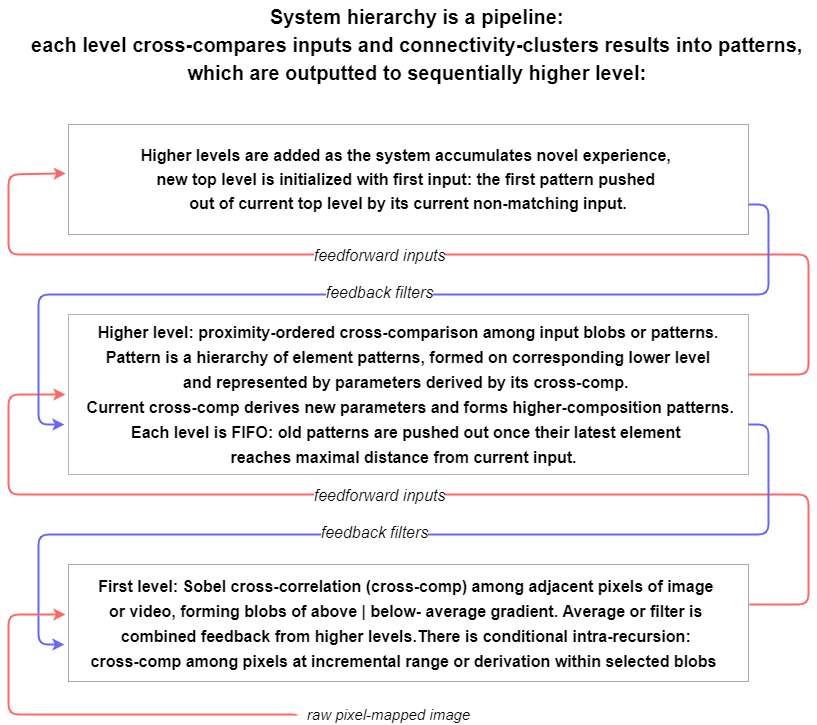
boris-kz/CogAlg keeps this draw.io diagram as frame_2D_alg/Illustrations/Whole-system hierarchy.png. Above is the earlier version. Source tidied: cells renumbered, new cells last; positions are measured from the earlier drawing's top-left corner, leaving out a move shared by most shapes.
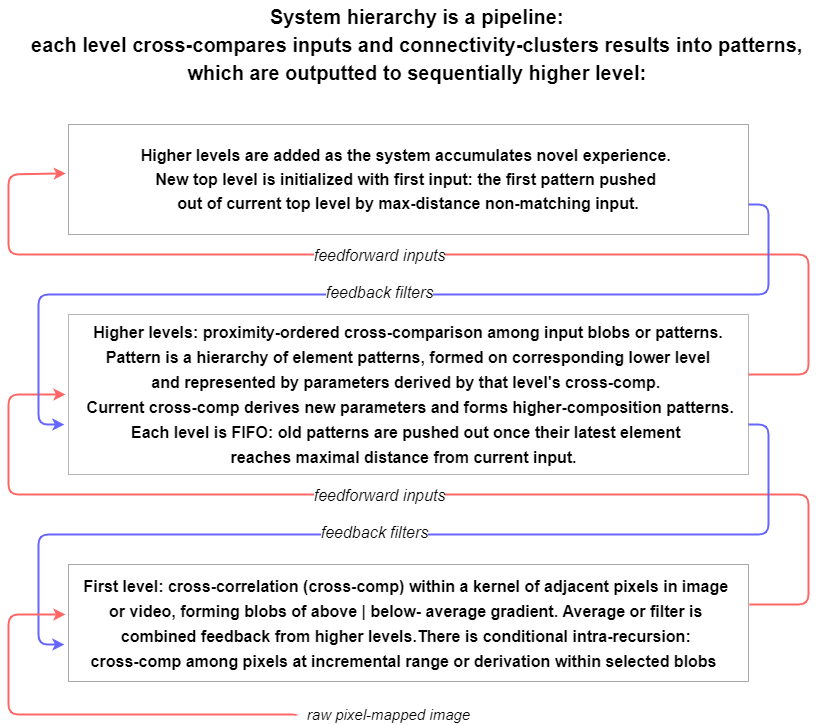
The same file after the commit.

Commit message:
- Khanh converted frame_blobs with assign_adjacent to classes - minor edits

The edit, as a diff of the source:
```diff
@@ -2,7 +2,7 @@
   <root>
     <mxCell id="0" />
     <mxCell id="1" parent="0" />
-    <mxCell id="2" value="&lt;font style=&quot;font-size: 16px ; line-height: 150%&quot;&gt;&lt;b style=&quot;line-height: 160%&quot;&gt;First level: Sobel cross-correlation (cross-comp) among adjacent pixels of image &lt;br&gt;or video, forming blobs of above | below- average gradient. Average or filter is &lt;br&gt;combined feedback from higher levels.There is conditional intra-recursion: &lt;br&gt;cross-comp among pixels at incremental range or derivation within selected blobs&amp;nbsp;&amp;nbsp;&lt;/b&gt;&lt;/font&gt;" style="rounded=0;whiteSpace=wrap;html=1;strokeColor=#A8A8A8;" parent="1" vertex="1">
+    <mxCell id="2" value="&lt;font style=&quot;font-size: 16px ; line-height: 150%&quot;&gt;&lt;b style=&quot;line-height: 160%&quot;&gt;First level: cross-correlation (cross-comp) within a kernel of adjacent pixels in image &lt;br&gt;or video, forming blobs of above | below- average gradient. Average or filter is &lt;br&gt;combined feedback from higher levels.There is conditional intra-recursion: &lt;br&gt;cross-comp among pixels at incremental range or derivation within selected blobs&amp;nbsp;&amp;nbsp;&lt;/b&gt;&lt;/font&gt;" style="rounded=0;whiteSpace=wrap;html=1;strokeColor=#A8A8A8;" parent="1" vertex="1">
       <mxGeometry x="60" y="564" width="680" height="117" as="geometry" />
     </mxCell>
     <mxCell id="3" style="edgeStyle=segmentEdgeStyle;endArrow=classic;html=1;strokeWidth=2;strokeColor=#FF6666;" parent="2" edge="1">
@@ -22,10 +22,10 @@
         <mxPoint x="-25" as="offset" />
       </mxGeometry>
     </mxCell>
-    <mxCell id="5" value="&lt;font style=&quot;font-size: 16px ; line-height: 160%&quot;&gt;&lt;b&gt;Higher level: proximity-ordered cross-comparison among input blobs or patterns.&lt;br&gt;Pattern is a hierarchy of element patterns, formed on corresponding lower level and&amp;nbsp;&lt;/b&gt;&lt;b&gt;represented by parameters derived by its cross-comp.&amp;nbsp;&lt;/b&gt;&lt;b&gt;&lt;br&gt;&amp;nbsp;Current cross-comp derive&lt;/b&gt;&lt;b&gt;s new parameters and forms higher-composition patterns.&lt;/b&gt;&lt;b&gt;&lt;br&gt;Each level is FIFO: old patterns are pushed out once their latest element &lt;br&gt;reaches maximal distance from current input.&amp;nbsp;&amp;nbsp;&lt;/b&gt;&lt;/font&gt;" style="rounded=0;whiteSpace=wrap;html=1;strokeColor=#B5B5B5;" parent="1" vertex="1">
+    <mxCell id="5" value="&lt;font style=&quot;font-size: 16px ; line-height: 160%&quot;&gt;&lt;b&gt;Higher levels: proximity-ordered cross-comparison among input blobs or patterns.&lt;br&gt;Pattern is a hierarchy of element patterns, formed on corresponding lower level and&amp;nbsp;&lt;/b&gt;&lt;b&gt;represented by parameters derived by that level's cross-comp.&amp;nbsp;&lt;/b&gt;&lt;b&gt;&lt;br&gt;&amp;nbsp;Current cross-comp derive&lt;/b&gt;&lt;b&gt;s new parameters and forms higher-composition patterns.&lt;/b&gt;&lt;b&gt;&lt;br&gt;Each level is FIFO: old patterns are pushed out once their latest element &lt;br&gt;reaches maximal distance from current input.&amp;nbsp;&amp;nbsp;&lt;/b&gt;&lt;/font&gt;" style="rounded=0;whiteSpace=wrap;html=1;strokeColor=#B5B5B5;" parent="1" vertex="1">
       <mxGeometry x="60" y="314" width="680" height="160" as="geometry" />
     </mxCell>
-    <mxCell id="6" value="&lt;span style=&quot;font-size: 16px&quot;&gt;&lt;b style=&quot;line-height: 150%&quot;&gt;Higher levels are added as the system accumulates novel experience,&amp;nbsp;&lt;br&gt;new top level is initialized with first input: the first pattern pushed &lt;br&gt;out of current top level by its&amp;nbsp;&lt;/b&gt;&lt;/span&gt;&lt;b style=&quot;font-size: 16px ; line-height: 24px&quot;&gt;current&amp;nbsp;&lt;/b&gt;&lt;span style=&quot;font-size: 16px&quot;&gt;&lt;b style=&quot;line-height: 150%&quot;&gt;non-matching input.&lt;/b&gt;&lt;/span&gt;" style="rounded=0;whiteSpace=wrap;html=1;strokeColor=#A8A8A8;" parent="1" vertex="1">
+    <mxCell id="6" value="&lt;span style=&quot;font-size: 16px&quot;&gt;&lt;b style=&quot;line-height: 150%&quot;&gt;Higher levels are added as the system accumulates novel experience.&amp;nbsp;&lt;br&gt;New top level is initialized with first input: the first pattern pushed &lt;br&gt;out of current top level by max-distance&lt;/b&gt;&lt;/span&gt;&lt;b style=&quot;font-size: 16px ; line-height: 24px&quot;&gt;&amp;nbsp;&lt;/b&gt;&lt;span style=&quot;font-size: 16px&quot;&gt;&lt;b style=&quot;line-height: 150%&quot;&gt;non-matching input.&lt;/b&gt;&lt;/span&gt;" style="rounded=0;whiteSpace=wrap;html=1;strokeColor=#A8A8A8;" parent="1" vertex="1">
       <mxGeometry x="60" y="124" width="680" height="110" as="geometry" />
     </mxCell>
     <mxCell id="7" style="edgeStyle=segmentEdgeStyle;endArrow=classic;html=1;entryX=-0.006;entryY=0.684;entryDx=0;entryDy=0;entryPerimeter=0;strokeColor=#6666FF;strokeWidth=2;" parent="1" edge="1" target="2">
```
